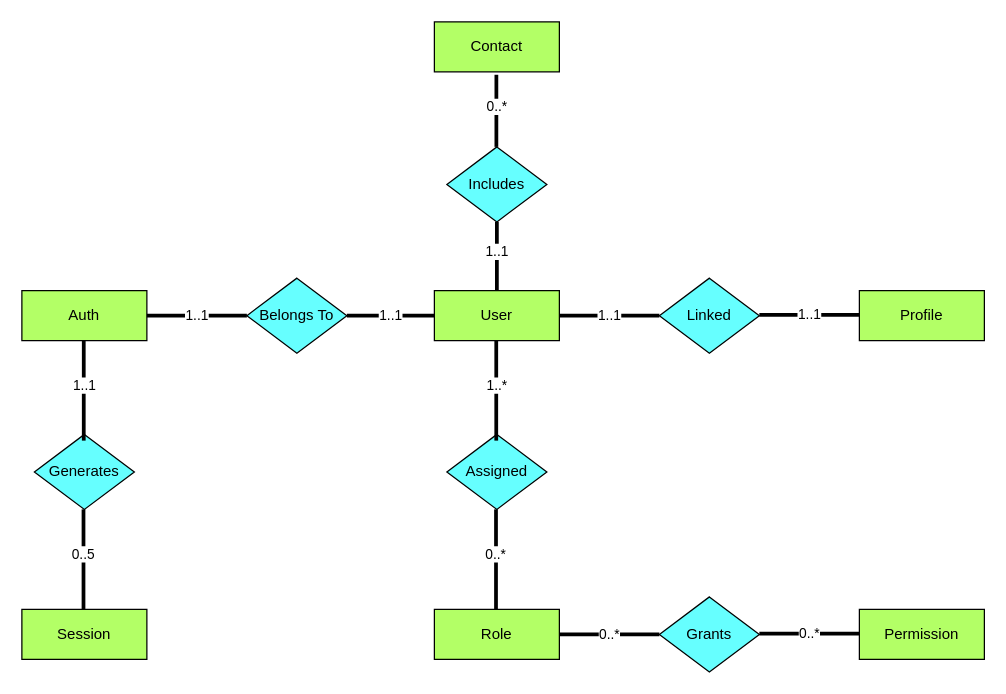
Earlier version of the draw.io diagram documentation/database/conceptual-design.drawio (jadogeri/Server-Template-NestJS-REST). Source tidied: cells renumbered, new cells numbered last; positions are measured from the earlier drawing's top-left corner, leaving out a move shared by most shapes. Both pictures are drawn from the tidied source at 125%, with x=0, y=0 at pixel (21, 21).
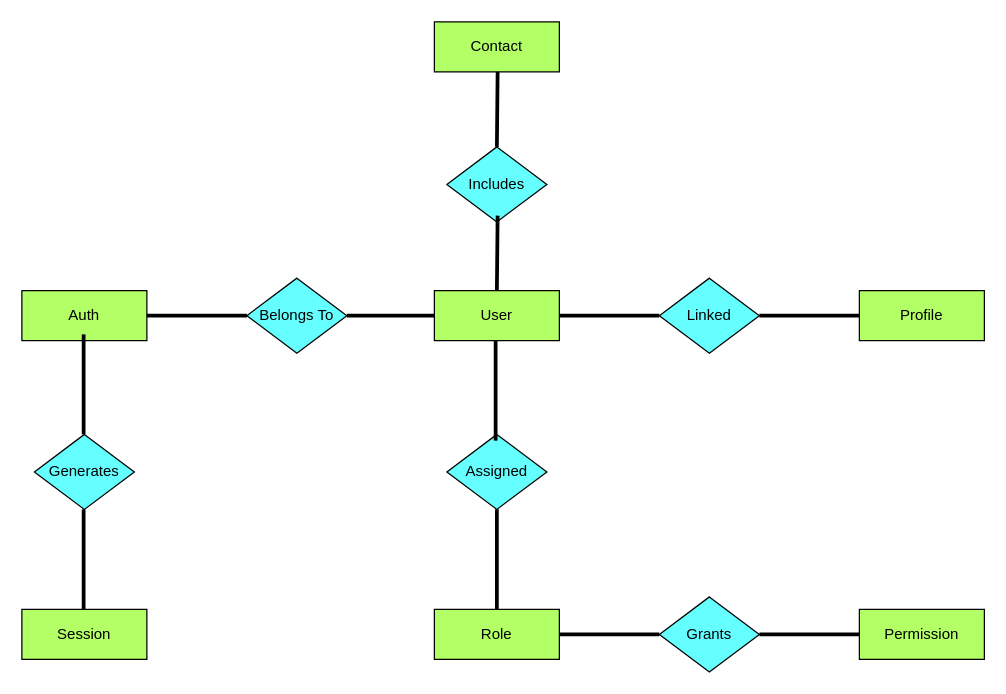
The same diagram, later.

Commit message (it also covers changes not shown here):
Updated conceptual design

The change refers to these unchanged cells:
```xml
<mxCell id="2" value="Auth" style="whiteSpace=wrap;html=1;align=center;fillColor=#B3FF66;" parent="1" vertex="1">
  <mxGeometry y="215" width="100" height="40" as="geometry" />
</mxCell>
<mxCell id="3" value="User" style="whiteSpace=wrap;html=1;align=center;fillColor=#B3FF66;" parent="1" vertex="1">
  <mxGeometry x="330" y="215" width="100" height="40" as="geometry" />
</mxCell>
<mxCell id="4" value="Belongs To" style="rhombus;whiteSpace=wrap;html=1;align=center;fillColor=#66FFFF;" parent="1" vertex="1">
  <mxGeometry x="180" y="205" width="80" height="60" as="geometry" />
</mxCell>
<mxCell id="6" value="Profile" style="whiteSpace=wrap;html=1;align=center;fillColor=#B3FF66;" parent="1" vertex="1">
  <mxGeometry x="670" y="215" width="100" height="40" as="geometry" />
</mxCell>
<mxCell id="7" value="Contact" style="whiteSpace=wrap;html=1;align=center;direction=east;fillColor=#B3FF66;" parent="1" vertex="1">
  <mxGeometry x="330" width="100" height="40" as="geometry" />
</mxCell>
<mxCell id="8" value="Includes" style="rhombus;whiteSpace=wrap;html=1;align=center;direction=east;fillColor=#66FFFF;" parent="1" vertex="1">
  <mxGeometry x="340" y="100" width="80" height="60" as="geometry" />
</mxCell>
<mxCell id="15" value="Role" style="whiteSpace=wrap;html=1;align=center;direction=east;fillColor=#B3FF66;" parent="1" vertex="1">
  <mxGeometry x="330" y="470" width="100" height="40" as="geometry" />
</mxCell>
<mxCell id="16" value="Linked" style="rhombus;whiteSpace=wrap;html=1;align=center;fillColor=#66FFFF;" parent="1" vertex="1">
  <mxGeometry x="510" y="205" width="80" height="60" as="geometry" />
</mxCell>
<mxCell id="23" value="Permission" style="whiteSpace=wrap;html=1;align=center;fillColor=#B3FF66;" parent="1" vertex="1">
  <mxGeometry x="670" y="470" width="100" height="40" as="geometry" />
</mxCell>
<mxCell id="24" value="Grants" style="rhombus;whiteSpace=wrap;html=1;align=center;fillColor=#66FFFF;" parent="1" vertex="1">
  <mxGeometry x="510" y="460" width="80" height="60" as="geometry" />
</mxCell>
```

What changed in the source:
```diff
@@
-    <mxCell id="5" value="1..1" style="endArrow=none;html=1;rounded=0;entryX=0;entryY=0.5;entryDx=0;entryDy=0;exitX=1;exitY=0.5;exitDx=0;exitDy=0;strokeWidth=3;shape=wire;dashed=1;" parent="1" edge="1" source="4" target="3">
-      <mxGeometry relative="1" as="geometry" />
-    </mxCell>
@@
-    <mxCell id="9" value="1..1" style="endArrow=none;html=1;rounded=0;entryX=0.5;entryY=0;entryDx=0;entryDy=0;strokeWidth=3;shape=wire;dashed=1;exitX=0.5;exitY=1;exitDx=0;exitDy=0;" parent="1" edge="1" source="8" target="3">
-      <mxGeometry x="-0.11" relative="1" as="geometry" />
-    </mxCell>
@@
-    <mxCell id="11" value="1..1" style="endArrow=none;html=1;rounded=0;strokeWidth=3;shape=wire;dashed=1;" parent="1" edge="1">
-      <mxGeometry relative="1" as="geometry">
-        <mxPoint x="100" y="235" as="sourcePoint" />
-        <mxPoint x="180" y="235" as="targetPoint" />
-      </mxGeometry>
-    </mxCell>
-    <mxCell id="12" value="1..*" style="endArrow=none;html=1;rounded=0;strokeWidth=3;shape=wire;dashed=1;" parent="1" edge="1">
-      <mxGeometry x="-0.11" relative="1" as="geometry">
-        <mxPoint x="379.5" y="255" as="sourcePoint" />
-        <mxPoint x="379.5" y="335" as="targetPoint" />
-      </mxGeometry>
-    </mxCell>
-    <mxCell id="13" value="0..*" style="endArrow=none;html=1;rounded=0;entryX=0.5;entryY=0;entryDx=0;entryDy=0;strokeWidth=3;shape=wire;dashed=1;exitX=0.496;exitY=1.058;exitDx=0;exitDy=0;exitPerimeter=0;" parent="1" edge="1" source="7">
-      <mxGeometry x="-0.11" relative="1" as="geometry">
-        <mxPoint x="379.6" y="100" as="targetPoint" />
-      </mxGeometry>
-    </mxCell>
-    <mxCell id="14" value="0..*" style="endArrow=none;html=1;rounded=0;strokeWidth=3;shape=wire;dashed=1;" parent="1" edge="1">
-      <mxGeometry x="-0.11" relative="1" as="geometry">
-        <mxPoint x="379.3" y="390" as="sourcePoint" />
-        <mxPoint x="379.3" y="470" as="targetPoint" />
-      </mxGeometry>
-    </mxCell>
@@
-    <mxCell id="17" value="1..1" style="endArrow=none;html=1;rounded=0;strokeWidth=3;shape=wire;dashed=1;" parent="1" edge="1">
-      <mxGeometry relative="1" as="geometry">
-        <mxPoint x="430" y="235" as="sourcePoint" />
-        <mxPoint x="510" y="235" as="targetPoint" />
-      </mxGeometry>
-    </mxCell>
-    <mxCell id="18" value="1..1" style="endArrow=none;html=1;rounded=0;strokeWidth=3;shape=wire;dashed=1;" parent="1" edge="1">
-      <mxGeometry relative="1" as="geometry">
-        <mxPoint x="590" y="234.4" as="sourcePoint" />
-        <mxPoint x="670" y="234.4" as="targetPoint" />
-      </mxGeometry>
-    </mxCell>
@@
-    <mxCell id="20" value="0..5" style="endArrow=none;html=1;rounded=0;strokeWidth=3;shape=wire;dashed=1;" parent="1" edge="1">
-      <mxGeometry x="-0.11" relative="1" as="geometry">
-        <mxPoint x="49.3" y="390" as="sourcePoint" />
-        <mxPoint x="49.3" y="470" as="targetPoint" />
-      </mxGeometry>
-    </mxCell>
@@
-    <mxCell id="22" value="1..1" style="endArrow=none;html=1;rounded=0;strokeWidth=3;shape=wire;dashed=1;" parent="1" edge="1">
-      <mxGeometry x="-0.11" relative="1" as="geometry">
-        <mxPoint x="49.5" y="255" as="sourcePoint" />
-        <mxPoint x="49.5" y="335" as="targetPoint" />
-      </mxGeometry>
-    </mxCell>
@@
-    <mxCell id="25" value="0..*" style="endArrow=none;html=1;rounded=0;strokeWidth=3;shape=wire;dashed=1;" parent="1" edge="1">
-      <mxGeometry relative="1" as="geometry">
-        <mxPoint x="430" y="490" as="sourcePoint" />
-        <mxPoint x="510" y="490" as="targetPoint" />
-      </mxGeometry>
-    </mxCell>
-    <mxCell id="26" value="0..*" style="endArrow=none;html=1;rounded=0;strokeWidth=3;shape=wire;dashed=1;" parent="1" edge="1">
-      <mxGeometry relative="1" as="geometry">
-        <mxPoint x="590" y="489.4" as="sourcePoint" />
-        <mxPoint x="670" y="489.4" as="targetPoint" />
-      </mxGeometry>
-    </mxCell>
+    <mxCell id="27" style="endArrow=none;html=1;rounded=0;strokeWidth=3;shape=wire;dashed=1;" parent="1" edge="1">
+      <mxGeometry x="-0.11" relative="1" as="geometry">
+        <mxPoint x="49.4" y="390" as="sourcePoint" />
+        <mxPoint x="49.4" y="470" as="targetPoint" />
+      </mxGeometry>
+    </mxCell>
+    <mxCell id="28" style="endArrow=none;html=1;rounded=0;strokeWidth=3;shape=wire;dashed=1;" parent="1" edge="1">
+      <mxGeometry x="-0.11" relative="1" as="geometry">
+        <mxPoint x="49.4" y="250" as="sourcePoint" />
+        <mxPoint x="49.4" y="330" as="targetPoint" />
+      </mxGeometry>
+    </mxCell>
+    <mxCell id="29" style="endArrow=none;html=1;rounded=0;strokeWidth=3;shape=wire;dashed=1;" parent="1" edge="1">
+      <mxGeometry x="-0.11" relative="1" as="geometry">
+        <mxPoint x="380.6" y="155" as="sourcePoint" />
+        <mxPoint x="380" y="215" as="targetPoint" />
+      </mxGeometry>
+    </mxCell>
+    <mxCell id="30" style="endArrow=none;html=1;rounded=0;strokeWidth=3;shape=wire;dashed=1;" parent="1" edge="1">
+      <mxGeometry x="-0.11" relative="1" as="geometry">
+        <mxPoint x="379" y="255" as="sourcePoint" />
+        <mxPoint x="379" y="335" as="targetPoint" />
+      </mxGeometry>
+    </mxCell>
+    <mxCell id="31" style="endArrow=none;html=1;rounded=0;strokeWidth=3;shape=wire;dashed=1;" parent="1" edge="1">
+      <mxGeometry x="-0.11" relative="1" as="geometry">
+        <mxPoint x="380" y="390" as="sourcePoint" />
+        <mxPoint x="380" y="470" as="targetPoint" />
+      </mxGeometry>
+    </mxCell>
+    <mxCell id="32" style="endArrow=none;html=1;rounded=0;strokeWidth=3;shape=wire;dashed=1;exitX=0;exitY=0.5;exitDx=0;exitDy=0;entryX=1;entryY=0.5;entryDx=0;entryDy=0;" parent="1" edge="1" source="3" target="4">
+      <mxGeometry x="-0.11" relative="1" as="geometry" />
+    </mxCell>
+    <mxCell id="33" style="endArrow=none;html=1;rounded=0;strokeWidth=3;shape=wire;dashed=1;entryX=1;entryY=0.5;entryDx=0;entryDy=0;exitX=0;exitY=0.5;exitDx=0;exitDy=0;" parent="1" edge="1" source="16" target="3">
+      <mxGeometry x="-0.11" relative="1" as="geometry" />
+    </mxCell>
+    <mxCell id="34" style="endArrow=none;html=1;rounded=0;strokeWidth=3;shape=wire;dashed=1;exitX=0;exitY=0.5;exitDx=0;exitDy=0;entryX=1;entryY=0.5;entryDx=0;entryDy=0;" parent="1" edge="1" source="6" target="16">
+      <mxGeometry x="-0.11" relative="1" as="geometry" />
+    </mxCell>
+    <mxCell id="35" style="endArrow=none;html=1;rounded=0;strokeWidth=3;shape=wire;dashed=1;exitX=0;exitY=0.5;exitDx=0;exitDy=0;entryX=1;entryY=0.5;entryDx=0;entryDy=0;" parent="1" edge="1" source="4" target="2">
+      <mxGeometry x="-0.11" relative="1" as="geometry" />
+    </mxCell>
+    <mxCell id="36" style="endArrow=none;html=1;rounded=0;strokeWidth=3;shape=wire;dashed=1;exitX=0;exitY=0.5;exitDx=0;exitDy=0;entryX=1;entryY=0.5;entryDx=0;entryDy=0;" parent="1" edge="1" source="24" target="15">
+      <mxGeometry x="-0.11" relative="1" as="geometry" />
+    </mxCell>
+    <mxCell id="37" style="endArrow=none;html=1;rounded=0;strokeWidth=3;shape=wire;dashed=1;exitX=0;exitY=0.5;exitDx=0;exitDy=0;entryX=1;entryY=0.5;entryDx=0;entryDy=0;" parent="1" edge="1" source="23" target="24">
+      <mxGeometry x="-0.11" relative="1" as="geometry" />
+    </mxCell>
+    <mxCell id="38" style="endArrow=none;html=1;rounded=0;strokeWidth=3;shape=wire;dashed=1;" parent="1" edge="1">
+      <mxGeometry x="-0.11" relative="1" as="geometry">
+        <mxPoint x="380.6" y="40" as="sourcePoint" />
+        <mxPoint x="380" y="100" as="targetPoint" />
+      </mxGeometry>
+    </mxCell>
```
